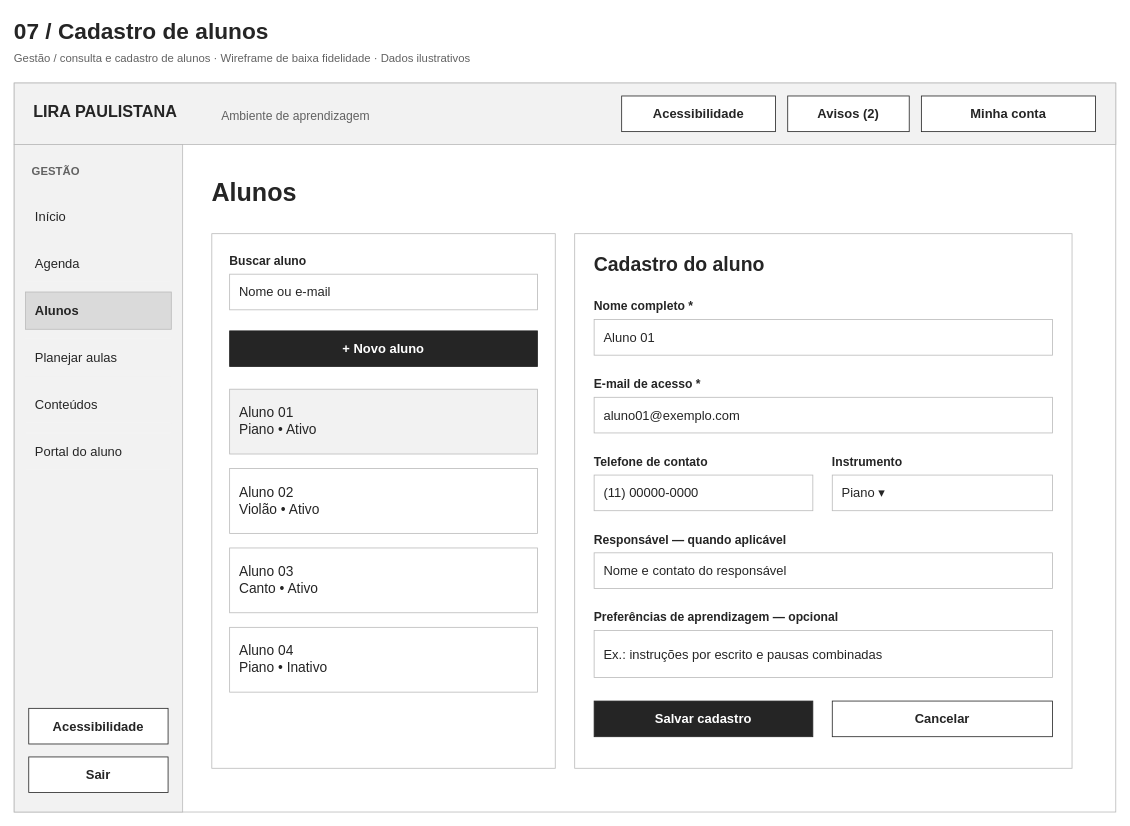
Above: page "07 · Cadastro de alunos" (7 of 11) of Documentacao/WireFrame_Lira.drawio in projetoLiraGrupo/FrontEnd (draw.io), before the change. Source tidied: cells renumbered, new cells numbered last; positions are measured from the earlier drawing's top-left corner, leaving out a move shared by most shapes. Both pictures are drawn from the tidied source at 81%, with x=0, y=0 at pixel (14, 14).
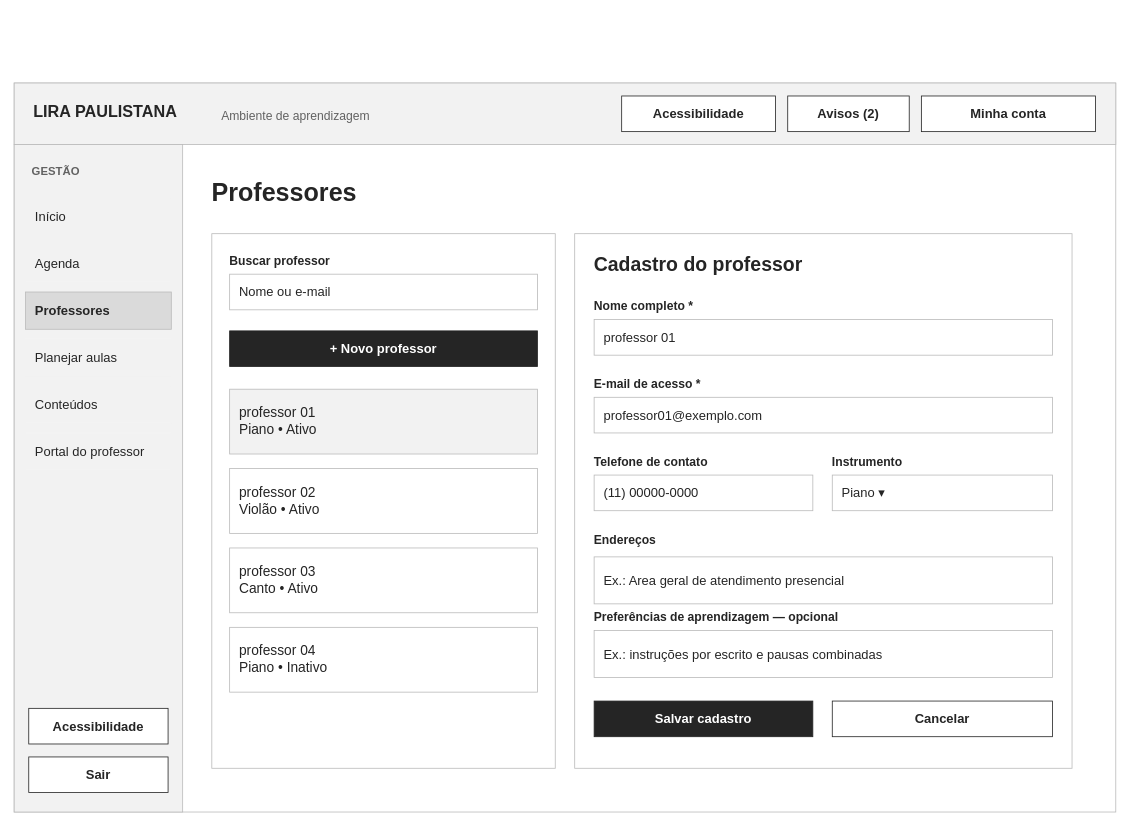
The same page after the edit.

The edit, as a diff of the source:
```diff
@@
-    <mxCell id="2" value="07 / Cadastro de alunos" style="rounded=0;whiteSpace=wrap;html=0;fontFamily=Arial;fontSize=28;fontColor=#252525;fontStyle=1;align=left;verticalAlign=middle;spacing=12;strokeWidth=1;fillColor=#FFFFFF;strokeColor=#BBBBBB;text;fillColor=none;strokeColor=none;spacing=0;" parent="1" vertex="1">
-      <mxGeometry width="1340" height="35" as="geometry" />
-    </mxCell>
-    <mxCell id="3" value="Gestão / consulta e cadastro de alunos · Wireframe de baixa fidelidade · Dados ilustrativos" style="rounded=0;whiteSpace=wrap;html=0;fontFamily=Arial;fontSize=14;fontColor=#626262;fontStyle=0;align=left;verticalAlign=middle;spacing=12;strokeWidth=1;fillColor=#FFFFFF;strokeColor=#BBBBBB;text;fillColor=none;strokeColor=none;spacing=0;" parent="1" vertex="1">
-      <mxGeometry y="41" width="1340" height="24" as="geometry" />
-    </mxCell>
@@
-    <mxCell id="15" value="Alunos" style="rounded=0;whiteSpace=wrap;html=0;fontFamily=Arial;fontSize=16;fontColor=#252525;fontStyle=1;align=left;verticalAlign=middle;spacing=12;strokeWidth=1;fillColor=#DADADA;strokeColor=#BBBBBB;" parent="1" vertex="1">
+    <mxCell id="15" value="Professores" style="rounded=0;whiteSpace=wrap;html=0;fontFamily=Arial;fontSize=16;fontColor=#252525;fontStyle=1;align=left;verticalAlign=middle;spacing=12;strokeWidth=1;fillColor=#DADADA;strokeColor=#BBBBBB;" parent="1" vertex="1">
       <mxGeometry x="14" y="343" width="180" height="46" as="geometry" />
     </mxCell>
@@
-    <mxCell id="18" value="Portal do aluno" style="rounded=0;whiteSpace=wrap;html=0;fontFamily=Arial;fontSize=16;fontColor=#252525;fontStyle=0;align=left;verticalAlign=middle;spacing=12;strokeWidth=1;fillColor=#F2F2F2;strokeColor=#F2F2F2;" parent="1" vertex="1">
+    <mxCell id="18" value="Portal do professor" style="rounded=0;whiteSpace=wrap;html=0;fontFamily=Arial;fontSize=16;fontColor=#252525;fontStyle=0;align=left;verticalAlign=middle;spacing=12;strokeWidth=1;fillColor=#F2F2F2;strokeColor=#F2F2F2;" parent="1" vertex="1">
       <mxGeometry x="14" y="517" width="180" height="46" as="geometry" />
     </mxCell>
@@
-    <mxCell id="21" value="Alunos" style="rounded=0;whiteSpace=wrap;html=0;fontFamily=Arial;fontSize=31;fontColor=#252525;fontStyle=1;align=left;verticalAlign=middle;spacing=12;strokeWidth=1;fillColor=#FFFFFF;strokeColor=#BBBBBB;text;fillColor=none;strokeColor=none;spacing=0;" parent="1" vertex="1">
+    <mxCell id="21" value="Professores" style="rounded=0;whiteSpace=wrap;html=0;fontFamily=Arial;fontSize=31;fontColor=#252525;fontStyle=1;align=left;verticalAlign=middle;spacing=12;strokeWidth=1;fillColor=#FFFFFF;strokeColor=#BBBBBB;text;fillColor=none;strokeColor=none;spacing=0;" parent="1" vertex="1">
       <mxGeometry x="244" y="197" width="960" height="43" as="geometry" />
     </mxCell>
@@
-    <mxCell id="24" value="Buscar aluno" style="rounded=0;whiteSpace=wrap;html=0;fontFamily=Arial;fontSize=15;fontColor=#252525;fontStyle=1;align=left;verticalAlign=middle;spacing=12;strokeWidth=1;fillColor=#FFFFFF;strokeColor=#BBBBBB;text;fillColor=none;strokeColor=none;spacing=0;" parent="1" vertex="1">
+    <mxCell id="24" value="Buscar professor" style="rounded=0;whiteSpace=wrap;html=0;fontFamily=Arial;fontSize=15;fontColor=#252525;fontStyle=1;align=left;verticalAlign=middle;spacing=12;strokeWidth=1;fillColor=#FFFFFF;strokeColor=#BBBBBB;text;fillColor=none;strokeColor=none;spacing=0;" parent="1" vertex="1">
       <mxGeometry x="266" y="291" width="380" height="22" as="geometry" />
     </mxCell>
@@
-    <mxCell id="26" value="+ Novo aluno" style="rounded=0;whiteSpace=wrap;html=0;fontFamily=Arial;fontSize=16;fontColor=#FFFFFF;fontStyle=1;align=center;verticalAlign=middle;spacing=12;strokeWidth=1;fillColor=#252525;strokeColor=#252525;" parent="1" vertex="1">
+    <mxCell id="26" value="+ Novo professor" style="rounded=0;whiteSpace=wrap;html=0;fontFamily=Arial;fontSize=16;fontColor=#FFFFFF;fontStyle=1;align=center;verticalAlign=middle;spacing=12;strokeWidth=1;fillColor=#252525;strokeColor=#252525;" parent="1" vertex="1">
       <mxGeometry x="266" y="391" width="380" height="44" as="geometry" />
     </mxCell>
-    <mxCell id="27" value="Aluno 01&#10;Piano • Ativo" style="rounded=0;whiteSpace=wrap;html=0;fontFamily=Arial;fontSize=17;fontColor=#252525;fontStyle=0;align=left;verticalAlign=middle;spacing=12;strokeWidth=1;fillColor=#F2F2F2;strokeColor=#BBBBBB;" parent="1" vertex="1">
+    <mxCell id="27" value="professor 01&#10;Piano • Ativo" style="rounded=0;whiteSpace=wrap;html=0;fontFamily=Arial;fontSize=17;fontColor=#252525;fontStyle=0;align=left;verticalAlign=middle;spacing=12;strokeWidth=1;fillColor=#F2F2F2;strokeColor=#BBBBBB;" parent="1" vertex="1">
       <mxGeometry x="266" y="463" width="380" height="80" as="geometry" />
     </mxCell>
-    <mxCell id="28" value="Aluno 02&#10;Violão • Ativo" style="rounded=0;whiteSpace=wrap;html=0;fontFamily=Arial;fontSize=17;fontColor=#252525;fontStyle=0;align=left;verticalAlign=middle;spacing=12;strokeWidth=1;fillColor=#FFFFFF;strokeColor=#BBBBBB;" parent="1" vertex="1">
+    <mxCell id="28" value="professor 02&#10;Violão • Ativo" style="rounded=0;whiteSpace=wrap;html=0;fontFamily=Arial;fontSize=17;fontColor=#252525;fontStyle=0;align=left;verticalAlign=middle;spacing=12;strokeWidth=1;fillColor=#FFFFFF;strokeColor=#BBBBBB;" parent="1" vertex="1">
       <mxGeometry x="266" y="561" width="380" height="80" as="geometry" />
     </mxCell>
-    <mxCell id="29" value="Aluno 03&#10;Canto • Ativo" style="rounded=0;whiteSpace=wrap;html=0;fontFamily=Arial;fontSize=17;fontColor=#252525;fontStyle=0;align=left;verticalAlign=middle;spacing=12;strokeWidth=1;fillColor=#FFFFFF;strokeColor=#BBBBBB;" parent="1" vertex="1">
+    <mxCell id="29" value="professor 03&#10;Canto • Ativo" style="rounded=0;whiteSpace=wrap;html=0;fontFamily=Arial;fontSize=17;fontColor=#252525;fontStyle=0;align=left;verticalAlign=middle;spacing=12;strokeWidth=1;fillColor=#FFFFFF;strokeColor=#BBBBBB;" parent="1" vertex="1">
       <mxGeometry x="266" y="659" width="380" height="80" as="geometry" />
     </mxCell>
-    <mxCell id="30" value="Aluno 04&#10;Piano • Inativo" style="rounded=0;whiteSpace=wrap;html=0;fontFamily=Arial;fontSize=17;fontColor=#252525;fontStyle=0;align=left;verticalAlign=middle;spacing=12;strokeWidth=1;fillColor=#FFFFFF;strokeColor=#BBBBBB;" parent="1" vertex="1">
+    <mxCell id="30" value="professor 04&#10;Piano • Inativo" style="rounded=0;whiteSpace=wrap;html=0;fontFamily=Arial;fontSize=17;fontColor=#252525;fontStyle=0;align=left;verticalAlign=middle;spacing=12;strokeWidth=1;fillColor=#FFFFFF;strokeColor=#BBBBBB;" parent="1" vertex="1">
       <mxGeometry x="266" y="757" width="380" height="80" as="geometry" />
     </mxCell>
-    <mxCell id="31" value="Cadastro do aluno" style="rounded=0;whiteSpace=wrap;html=0;fontFamily=Arial;fontSize=24;fontColor=#252525;fontStyle=1;align=left;verticalAlign=middle;spacing=12;strokeWidth=1;fillColor=#FFFFFF;strokeColor=#BBBBBB;text;fillColor=none;strokeColor=none;spacing=0;" parent="1" vertex="1">
+    <mxCell id="31" value="Cadastro do professor" style="rounded=0;whiteSpace=wrap;html=0;fontFamily=Arial;fontSize=24;fontColor=#252525;fontStyle=1;align=left;verticalAlign=middle;spacing=12;strokeWidth=1;fillColor=#FFFFFF;strokeColor=#BBBBBB;text;fillColor=none;strokeColor=none;spacing=0;" parent="1" vertex="1">
       <mxGeometry x="716" y="291" width="566" height="30" as="geometry" />
     </mxCell>
@@
-    <mxCell id="33" value="Aluno 01" style="rounded=0;whiteSpace=wrap;html=0;fontFamily=Arial;fontSize=16;fontColor=#252525;fontStyle=0;align=left;verticalAlign=middle;spacing=12;strokeWidth=1;fillColor=#FFFFFF;strokeColor=#BBBBBB;" parent="1" vertex="1">
+    <mxCell id="33" value="professor 01" style="rounded=0;whiteSpace=wrap;html=0;fontFamily=Arial;fontSize=16;fontColor=#252525;fontStyle=0;align=left;verticalAlign=middle;spacing=12;strokeWidth=1;fillColor=#FFFFFF;strokeColor=#BBBBBB;" parent="1" vertex="1">
       <mxGeometry x="716" y="377" width="566" height="44" as="geometry" />
     </mxCell>
@@
-    <mxCell id="35" value="aluno01@exemplo.com" style="rounded=0;whiteSpace=wrap;html=0;fontFamily=Arial;fontSize=16;fontColor=#252525;fontStyle=0;align=left;verticalAlign=middle;spacing=12;strokeWidth=1;fillColor=#FFFFFF;strokeColor=#BBBBBB;" parent="1" vertex="1">
+    <mxCell id="35" value="professor01@exemplo.com" style="rounded=0;whiteSpace=wrap;html=0;fontFamily=Arial;fontSize=16;fontColor=#252525;fontStyle=0;align=left;verticalAlign=middle;spacing=12;strokeWidth=1;fillColor=#FFFFFF;strokeColor=#BBBBBB;" parent="1" vertex="1">
       <mxGeometry x="716" y="473" width="566" height="44" as="geometry" />
     </mxCell>
@@
-    <mxCell id="40" value="Responsável — quando aplicável" style="rounded=0;whiteSpace=wrap;html=0;fontFamily=Arial;fontSize=15;fontColor=#252525;fontStyle=1;align=left;verticalAlign=middle;spacing=12;strokeWidth=1;fillColor=#FFFFFF;strokeColor=#BBBBBB;text;fillColor=none;strokeColor=none;spacing=0;" parent="1" vertex="1">
+    <mxCell id="40" value="Endereços " style="rounded=0;whiteSpace=wrap;html=0;fontFamily=Arial;fontSize=15;fontColor=#252525;fontStyle=1;align=left;verticalAlign=middle;spacing=12;strokeWidth=1;fillColor=#FFFFFF;strokeColor=#BBBBBB;text;fillColor=none;strokeColor=none;spacing=0;" parent="1" vertex="1">
       <mxGeometry x="716" y="635" width="566" height="22" as="geometry" />
     </mxCell>
-    <mxCell id="41" value="Nome e contato do responsável" style="rounded=0;whiteSpace=wrap;html=0;fontFamily=Arial;fontSize=16;fontColor=#252525;fontStyle=0;align=left;verticalAlign=middle;spacing=12;strokeWidth=1;fillColor=#FFFFFF;strokeColor=#BBBBBB;" parent="1" vertex="1">
-      <mxGeometry x="716" y="665" width="566" height="44" as="geometry" />
-    </mxCell>
@@
+    <mxCell id="46" value="Ex.: Area geral de atendimento presencial" style="rounded=0;whiteSpace=wrap;html=0;fontFamily=Arial;fontSize=16;fontColor=#252525;fontStyle=0;align=left;verticalAlign=middle;spacing=12;strokeWidth=1;fillColor=#FFFFFF;strokeColor=#BBBBBB;" parent="1" vertex="1">
+      <mxGeometry x="716" y="670" width="566" height="58" as="geometry" />
+    </mxCell>
```
